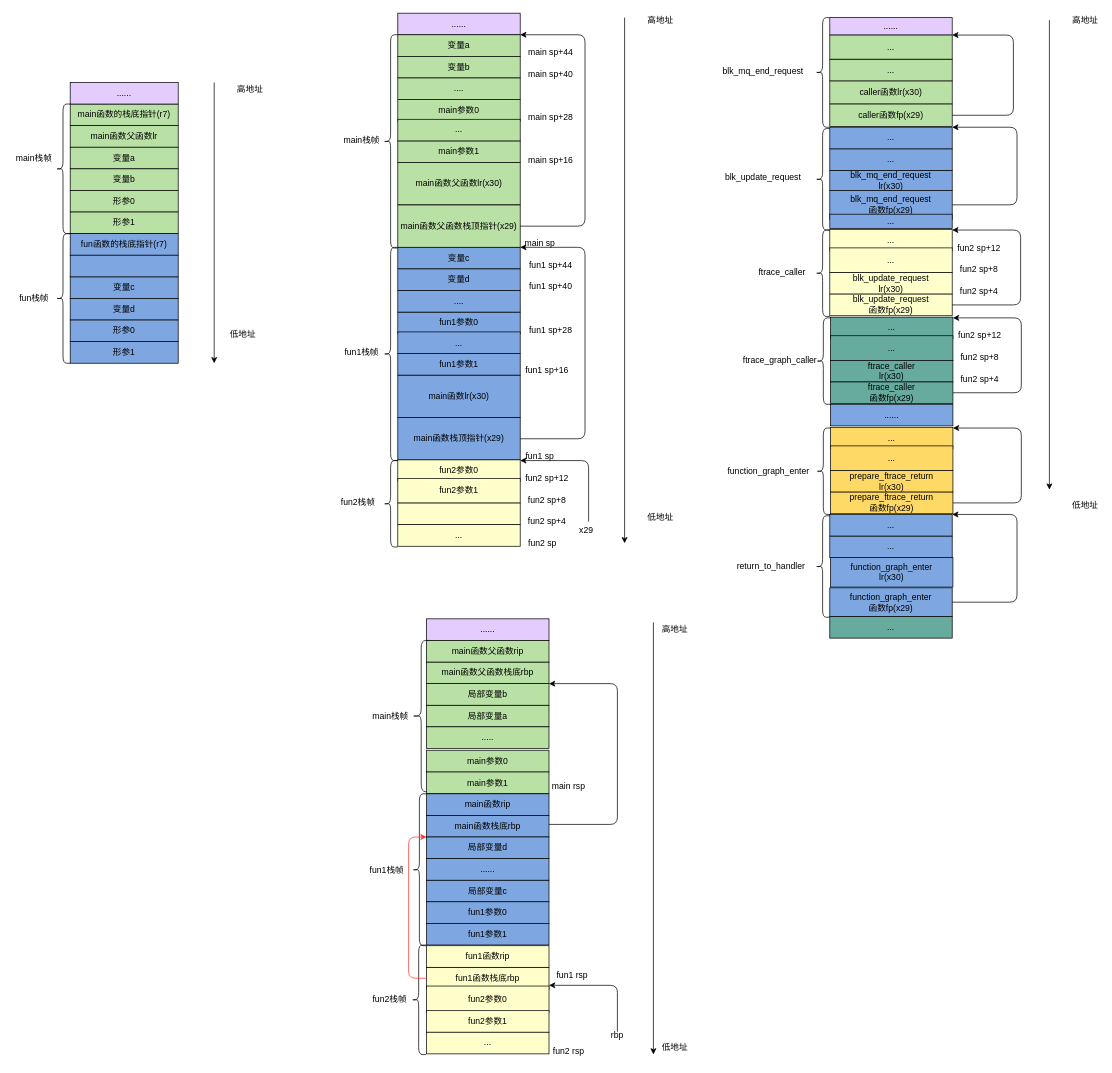
This is function frame.drawio from jasonactions/graph, a draw.io file, before an edit. Source tidied: cells renumbered, new cells numbered last; positions are measured from the earlier drawing's top-left corner, leaving out a move shared by most shapes. Both pictures are drawn from the tidied source at 72%, with x=0, y=0 at pixel (12, -1).
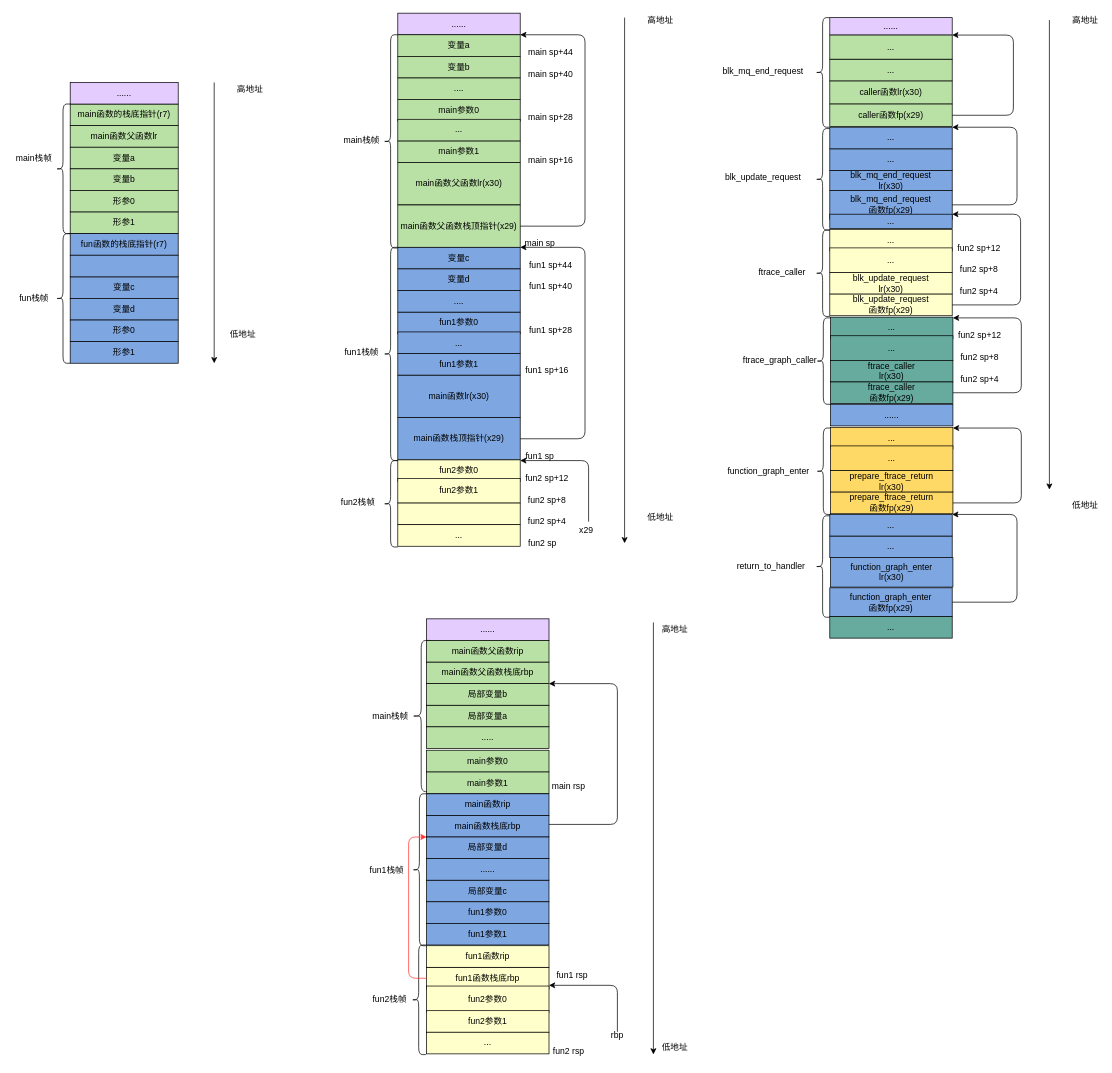
Above is the later version.

The change refers to these unchanged cells:
```xml
<mxCell id="127" value="blk_update_request&lt;br&gt;函数fp(x29)" style="rounded=0;whiteSpace=wrap;html=1;fillColor=#FFFFCC;" parent="1" vertex="1">
  <mxGeometry x="1135" y="410" width="170" height="30" as="geometry" />
</mxCell>
<mxCell id="160" value="..." style="rounded=0;whiteSpace=wrap;html=1;fillColor=#7EA6E0;" parent="1" vertex="1">
  <mxGeometry x="1135" y="299" width="170" height="20" as="geometry" />
</mxCell>
```

What changed in the source:
```diff
@@
-    <mxCell id="133" style="edgeStyle=elbowEdgeStyle;elbow=horizontal;endArrow=classic;html=1;entryX=0;entryY=0.75;entryDx=0;entryDy=0;exitX=1;exitY=0.5;exitDx=0;exitDy=0;" parent="1" edge="1" source="127">
+    <mxCell id="133" style="edgeStyle=elbowEdgeStyle;elbow=horizontal;endArrow=classic;html=1;entryX=1;entryY=0;entryDx=0;entryDy=0;exitX=1;exitY=0.5;exitDx=0;exitDy=0;" parent="1" edge="1" source="127" target="160">
       <mxGeometry relative="1" as="geometry">
-        <mxPoint x="1305" y="321" as="targetPoint" />
         <Array as="points">
           <mxPoint x="1400" y="355.8" />
         </Array>
       </mxGeometry>
     </mxCell>
```
